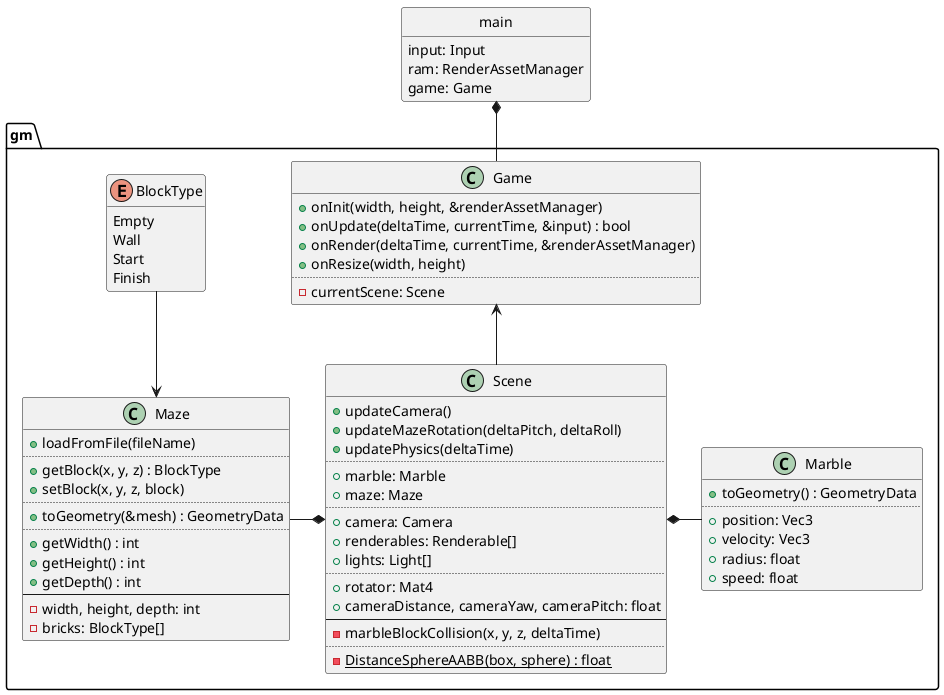
ba6er/marblemaze keeps this PlantUML diagram as design/game.png. Above is the earlier version.
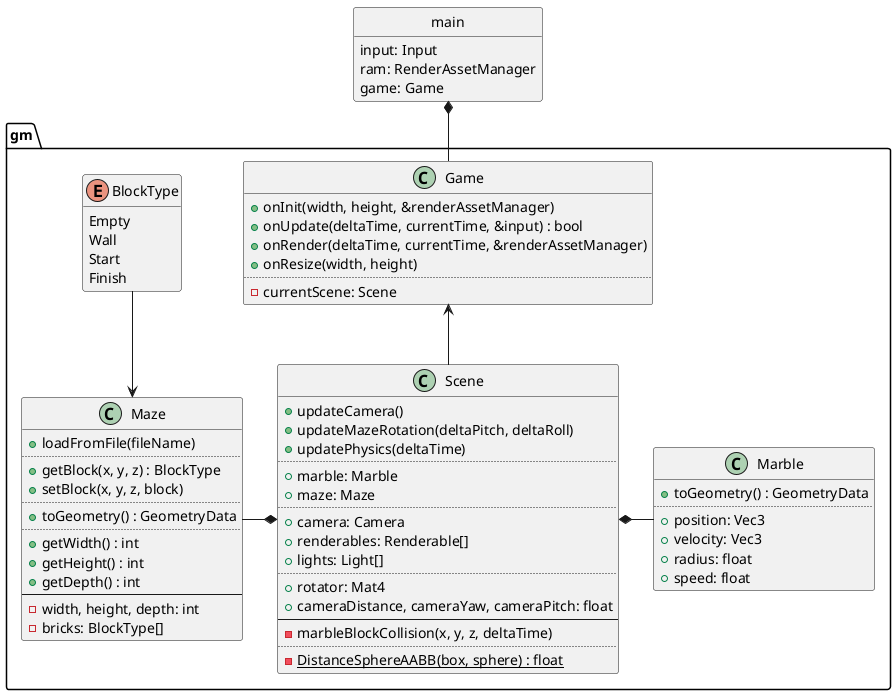
The same diagram one commit later.

Change to the diagram source:
```diff
@@ -44,7 +44,7 @@
 	+getBlock(x, y, z) : BlockType
 	+setBlock(x, y, z, block)
 	..
-	+toGeometry(&mesh) : GeometryData
+	+toGeometry() : GeometryData
 	..
 	+getWidth() : int
 	+getHeight() : int
```
